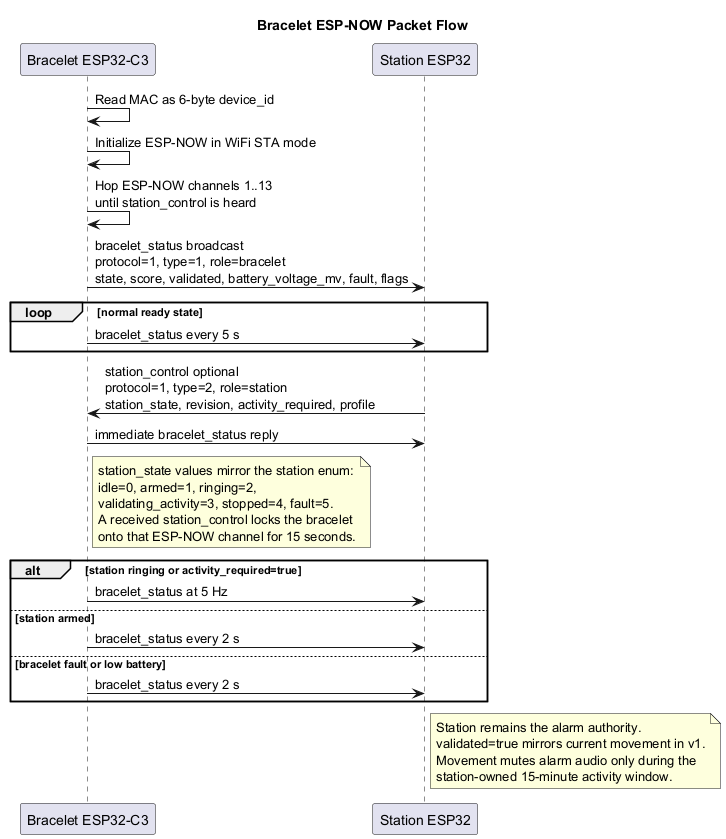
Above: code/bracelet/UML/esp_now_packet_flow.png in Jzn-wbr/Starter (PlantUML), before the change. Source of this version:
```plantuml
@startuml
title Bracelet ESP-NOW Packet Flow

participant "Bracelet ESP32-C3" as Bracelet
participant "Station ESP32" as Station

Bracelet -> Bracelet : Read MAC as 6-byte device_id
Bracelet -> Bracelet : Initialize ESP-NOW in WiFi STA mode
Bracelet -> Bracelet : Hop ESP-NOW channels 1..13\nuntil station_control is heard
Bracelet -> Station : bracelet_status broadcast\nprotocol=1, type=1, role=bracelet\nstate, score, validated, battery_voltage_mv, fault, flags

loop normal ready state
  Bracelet -> Station : bracelet_status every 5 s
end

Station -> Bracelet : station_control optional\nprotocol=1, type=2, role=station\nstation_state, revision, activity_required, profile
Bracelet -> Station : immediate bracelet_status reply
note right of Bracelet
  station_state values mirror the station enum:
  idle=0, armed=1, ringing=2,
  validating_activity=3, stopped=4, fault=5.
  A received station_control locks the bracelet
  onto that ESP-NOW channel for 15 seconds.
end note

alt station ringing or activity_required=true
  Bracelet -> Station : bracelet_status at 5 Hz
else station armed
  Bracelet -> Station : bracelet_status every 2 s
else bracelet fault or low battery
  Bracelet -> Station : bracelet_status every 2 s
end

note right of Station
Station remains the alarm authority.
validated=true mirrors current movement in v1.
Movement mutes alarm audio only during the
station-owned 15-minute activity window.
end note

@enduml
```
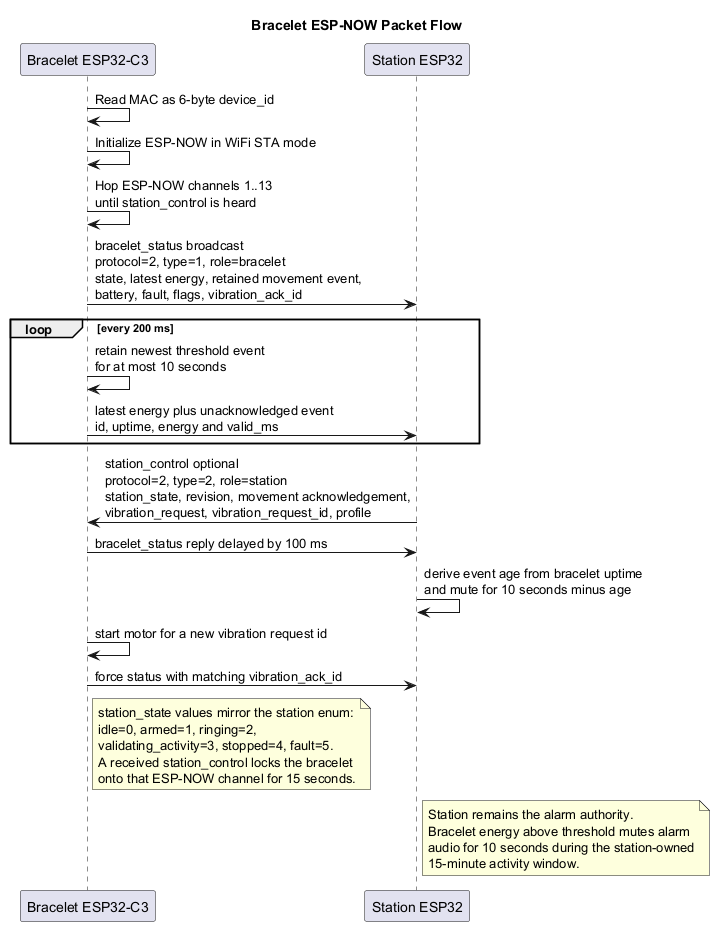
Later version of the same file.

Change to the diagram source:
```diff
@@ -7,14 +7,18 @@
 Bracelet -> Bracelet : Read MAC as 6-byte device_id
 Bracelet -> Bracelet : Initialize ESP-NOW in WiFi STA mode
 Bracelet -> Bracelet : Hop ESP-NOW channels 1..13\nuntil station_control is heard
-Bracelet -> Station : bracelet_status broadcast\nprotocol=1, type=1, role=bracelet\nstate, score, validated, battery_voltage_mv, fault, flags
+Bracelet -> Station : bracelet_status broadcast\nprotocol=2, type=1, role=bracelet\nstate, latest energy, retained movement event,\nbattery, fault, flags, vibration_ack_id
 
-loop normal ready state
-  Bracelet -> Station : bracelet_status every 5 s
+loop every 200 ms
+  Bracelet -> Bracelet : retain newest threshold event\nfor at most 10 seconds
+  Bracelet -> Station : latest energy plus unacknowledged event\nid, uptime, energy and valid_ms
 end
 
-Station -> Bracelet : station_control optional\nprotocol=1, type=2, role=station\nstation_state, revision, activity_required, profile
-Bracelet -> Station : immediate bracelet_status reply
+Station -> Bracelet : station_control optional\nprotocol=2, type=2, role=station\nstation_state, revision, movement acknowledgement,\nvibration_request, vibration_request_id, profile
+Bracelet -> Station : bracelet_status reply delayed by 100 ms
+Station -> Station : derive event age from bracelet uptime\nand mute for 10 seconds minus age
+Bracelet -> Bracelet : start motor for a new vibration request id
+Bracelet -> Station : force status with matching vibration_ack_id
 note right of Bracelet
   station_state values mirror the station enum:
   idle=0, armed=1, ringing=2,
@@ -23,19 +27,11 @@
   onto that ESP-NOW channel for 15 seconds.
 end note
 
-alt station ringing or activity_required=true
-  Bracelet -> Station : bracelet_status at 5 Hz
-else station armed
-  Bracelet -> Station : bracelet_status every 2 s
-else bracelet fault or low battery
-  Bracelet -> Station : bracelet_status every 2 s
-end
-
 note right of Station
 Station remains the alarm authority.
-validated=true mirrors current movement in v1.
-Movement mutes alarm audio only during the
-station-owned 15-minute activity window.
+Bracelet energy above threshold mutes alarm
+audio for 10 seconds during the station-owned
+15-minute activity window.
 end note
 
 @enduml
```
